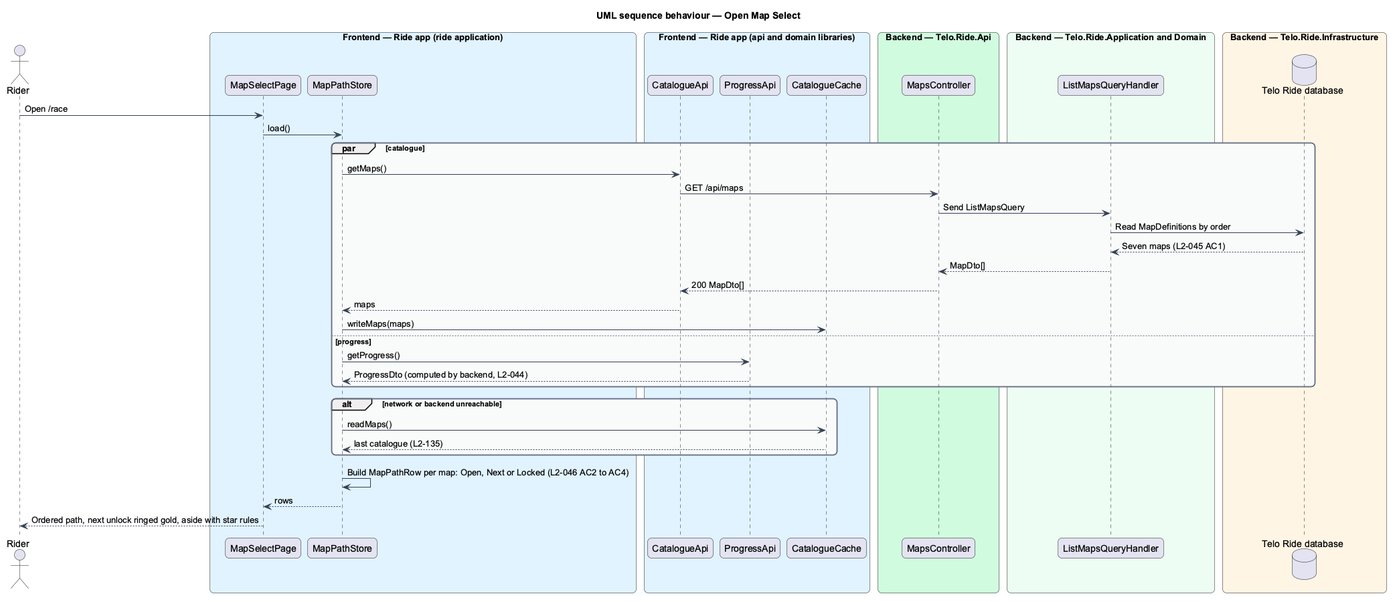
Above: docs/detailed-designs/race/browse-maps/diagrams/sequence-open-map-select.png in QuinntyneBrown/ride-one (PlantUML), before the change.
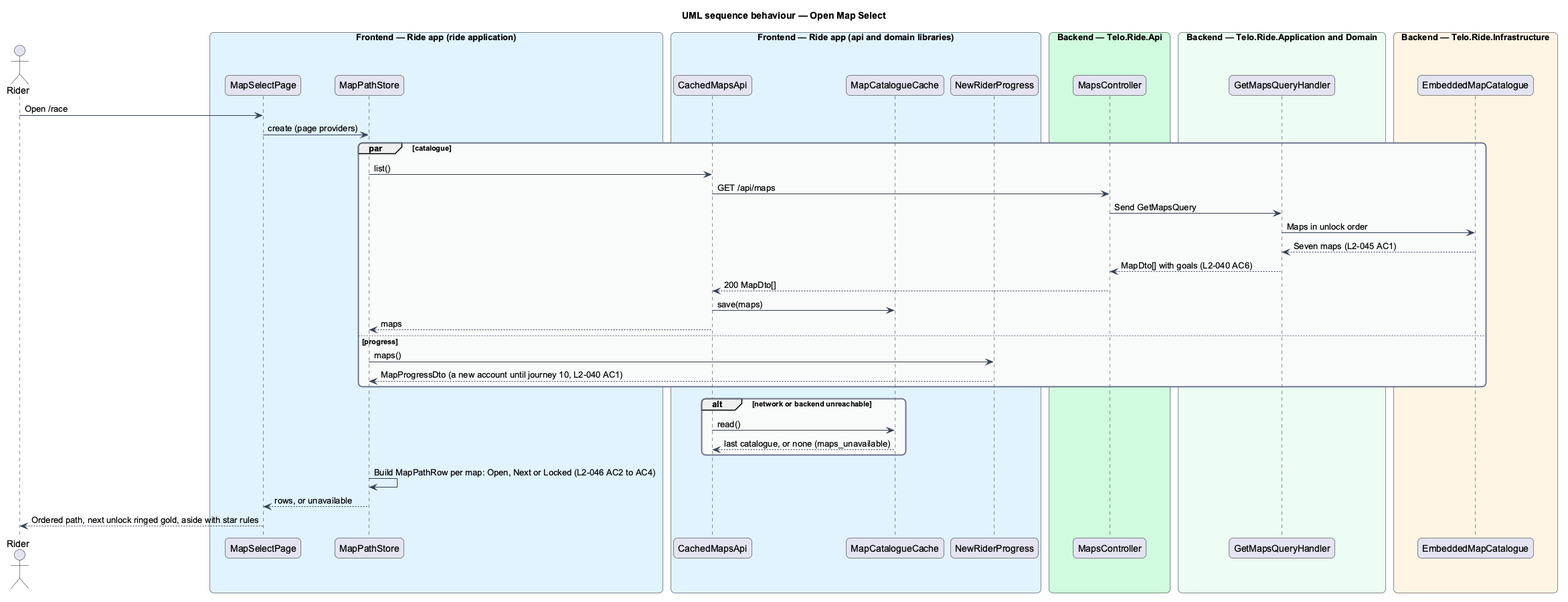
Above is the later version.

The edit, as a diff of the source:
```diff
@@ -20,40 +20,40 @@
   participant "MapPathStore" as store
 end box
 box "Frontend — Ride app (api and domain libraries)" #E0F2FE
-  participant "CatalogueApi" as catapi
-  participant "ProgressApi" as progapi
-  participant "CatalogueCache" as cache
+  participant "CachedMapsApi" as mapsapi
+  participant "MapCatalogueCache" as cache
+  participant "NewRiderProgress" as progress
 end box
 box "Backend — Telo.Ride.Api" #D1FADF
   participant "MapsController" as ctrl
 end box
 box "Backend — Telo.Ride.Application and Domain" #ECFDF3
-  participant "ListMapsQueryHandler" as handler
+  participant "GetMapsQueryHandler" as handler
 end box
 box "Backend — Telo.Ride.Infrastructure" #FFF4E5
-  database "Telo Ride database" as db
+  participant "EmbeddedMapCatalogue" as file
 end box
 actor -> page : Open /race
-page -> store : load()
+page -> store : create (page providers)
 par catalogue
-  store -> catapi : getMaps()
-  catapi -> ctrl : GET /api/maps
-  ctrl -> handler : Send ListMapsQuery
-  handler -> db : Read MapDefinitions by order
-  db --> handler : Seven maps (L2-045 AC1)
-  handler --> ctrl : MapDto[]
-  ctrl --> catapi : 200 MapDto[]
-  catapi --> store : maps
-  store -> cache : writeMaps(maps)
+  store -> mapsapi : list()
+  mapsapi -> ctrl : GET /api/maps
+  ctrl -> handler : Send GetMapsQuery
+  handler -> file : Maps in unlock order
+  file --> handler : Seven maps (L2-045 AC1)
+  handler --> ctrl : MapDto[] with goals (L2-040 AC6)
+  ctrl --> mapsapi : 200 MapDto[]
+  mapsapi -> cache : save(maps)
+  mapsapi --> store : maps
 else progress
-  store -> progapi : getProgress()
-  progapi --> store : ProgressDto (computed by backend, L2-044)
+  store -> progress : maps()
+  progress --> store : MapProgressDto (a new account until journey 10, L2-040 AC1)
 end
 alt network or backend unreachable
-  store -> cache : readMaps()
-  cache --> store : last catalogue (L2-135)
+  mapsapi -> cache : read()
+  cache --> mapsapi : last catalogue, or none (maps_unavailable)
 end
 store -> store : Build MapPathRow per map: Open, Next or Locked (L2-046 AC2 to AC4)
-store --> page : rows
+store --> page : rows, or unavailable
 page --> actor : Ordered path, next unlock ringed gold, aside with star rules
 @enduml
```
